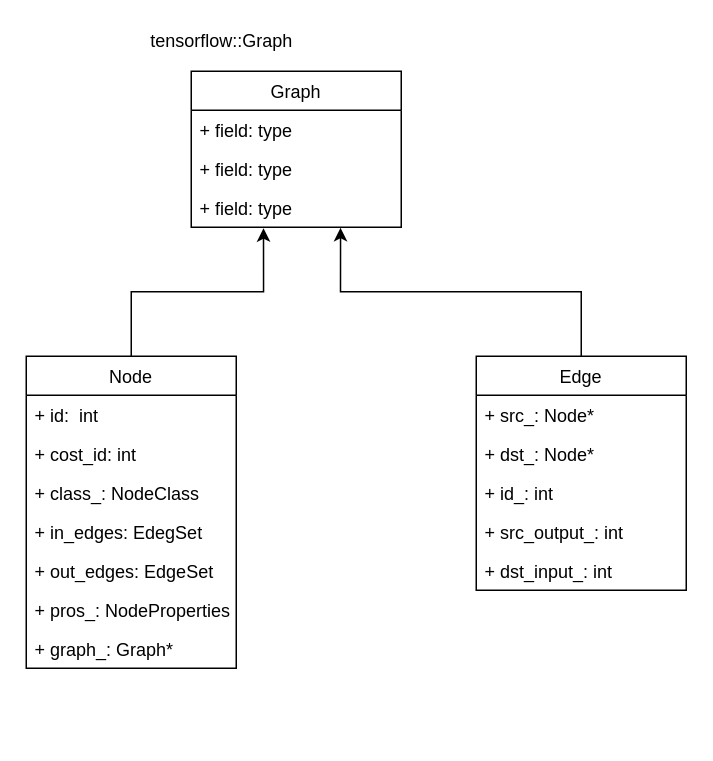
This is page "Page-2" (2 of 2) of Untitled Diagram.drawio from wffpy/tensorflow-internals, a draw.io file, before an edit. Source tidied: cells renumbered, new cells numbered last; positions are measured from the earlier drawing's top-left corner, leaving out a move shared by most shapes. Both pictures are drawn from the tidied source at 150%, with x=0, y=0 at pixel (26, 26).
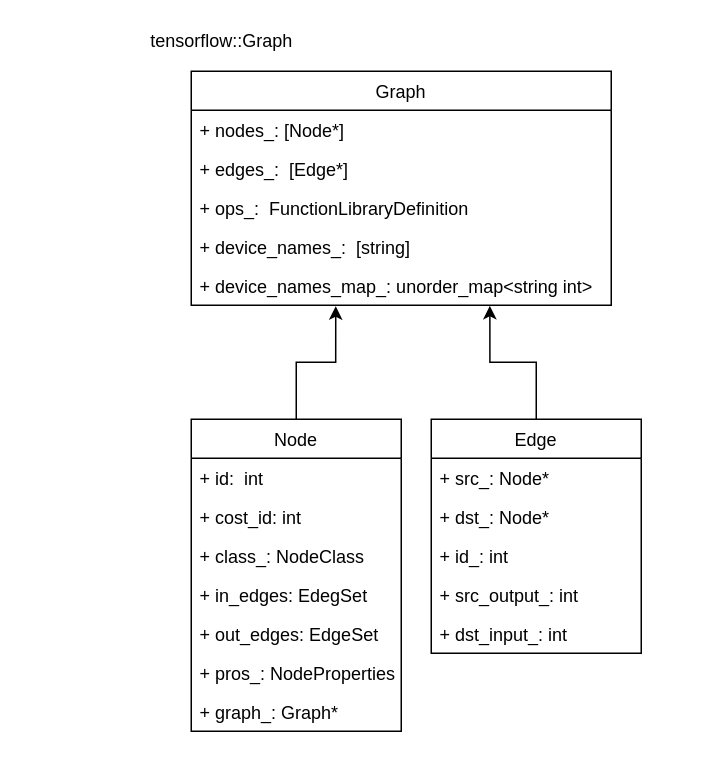
Above is the later version.

Commit message:
update Graph class

The edit, as a diff of the source:
```diff
@@
     <mxCell id="3" value="Node" style="swimlane;fontStyle=0;horizontal=1;startSize=26;fillColor=none;" parent="1" vertex="1">
-      <mxGeometry y="220" width="140" height="208" as="geometry" />
+      <mxGeometry x="110" y="262" width="140" height="208" as="geometry" />
     </mxCell>
@@
     <mxCell id="11" value="Graph" style="swimlane;fontStyle=0;horizontal=1;startSize=26;fillColor=none;" parent="1" vertex="1">
-      <mxGeometry x="110" y="30" width="140" height="104" as="geometry" />
+      <mxGeometry x="110" y="30" width="280" height="156" as="geometry" />
     </mxCell>
-    <mxCell id="12" value="+ field: type" style="text;strokeColor=none;fillColor=none;align=left;verticalAlign=top;spacingLeft=4;spacingRight=4;overflow=hidden;" parent="11" vertex="1">
-      <mxGeometry y="26" width="140" height="26" as="geometry" />
+    <mxCell id="12" value="+ nodes_: [Node*]" style="text;strokeColor=none;fillColor=none;align=left;verticalAlign=top;spacingLeft=4;spacingRight=4;overflow=hidden;" parent="11" vertex="1">
+      <mxGeometry y="26" width="280" height="26" as="geometry" />
     </mxCell>
-    <mxCell id="13" value="+ field: type" style="text;strokeColor=none;fillColor=none;align=left;verticalAlign=top;spacingLeft=4;spacingRight=4;overflow=hidden;" parent="11" vertex="1">
-      <mxGeometry y="52" width="140" height="26" as="geometry" />
+    <mxCell id="13" value="+ edges_:  [Edge*]" style="text;strokeColor=none;fillColor=none;align=left;verticalAlign=top;spacingLeft=4;spacingRight=4;overflow=hidden;" parent="11" vertex="1">
+      <mxGeometry y="52" width="280" height="26" as="geometry" />
     </mxCell>
+    <mxCell id="23" value="+ ops_:  FunctionLibraryDefinition" style="text;strokeColor=none;fillColor=none;align=left;verticalAlign=top;spacingLeft=4;spacingRight=4;overflow=hidden;" parent="11" vertex="1">
+      <mxGeometry y="78" width="280" height="26" as="geometry" />
+    </mxCell>
+    <mxCell id="24" value="+ device_names_:  [string]" style="text;strokeColor=none;fillColor=none;align=left;verticalAlign=top;spacingLeft=4;spacingRight=4;overflow=hidden;" parent="11" vertex="1">
+      <mxGeometry y="104" width="280" height="26" as="geometry" />
+    </mxCell>
-    <mxCell id="14" value="+ field: type" style="text;strokeColor=none;fillColor=none;align=left;verticalAlign=top;spacingLeft=4;spacingRight=4;overflow=hidden;points=[[0,0.5],[1,0.5]];portConstraint=eastwest;" parent="11" vertex="1">
-      <mxGeometry y="78" width="140" height="26" as="geometry" />
+    <mxCell id="14" value="+ device_names_map_: unorder_map&lt;string int&gt;" style="text;strokeColor=none;fillColor=none;align=left;verticalAlign=top;spacingLeft=4;spacingRight=4;overflow=hidden;points=[[0,0.5],[1,0.5]];portConstraint=eastwest;" parent="11" vertex="1">
+      <mxGeometry y="130" width="280" height="26" as="geometry" />
     </mxCell>
@@
     <mxCell id="17" value="Edge" style="swimlane;fontStyle=0;horizontal=1;startSize=26;fillColor=none;" parent="1" vertex="1">
-      <mxGeometry x="300" y="220" width="140" height="156" as="geometry" />
+      <mxGeometry x="270" y="262" width="140" height="156" as="geometry" />
     </mxCell>
```
